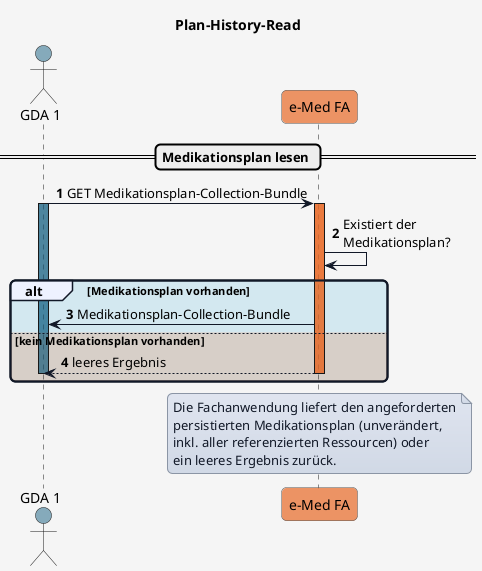
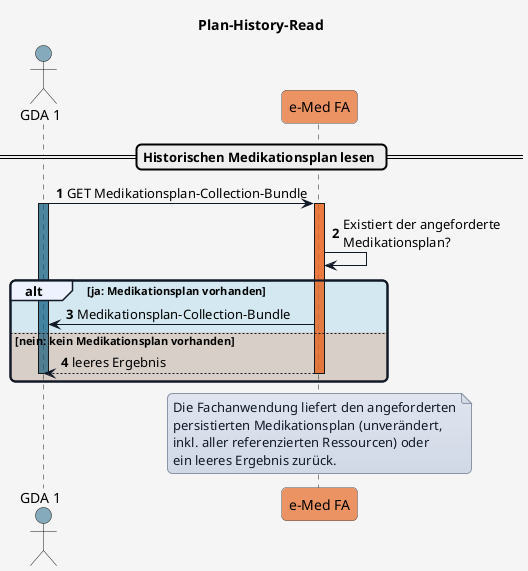
@startuml
title Plan-History-Read

'skinparam actorStyle awesome

skinparam borderColor #000000
skinparam backgroundColor #f5f5f5
skinparam shadowing false
skinparam roundCorner 10
skinparam defaultFontName "Arial"
'skinparam defaultFontSize 14
skinparam defaultFontColor #000000
skinparam HyperlinkColor #0000EE
skinparam HyperlinkUnderline false
skinparam BoxPadding 20
skinparam BoxBorderColor #555555

skinparam note {
  BackgroundColor #e0e5f0-#d1d9e6
  BorderColor #8b95a5
  BorderThickness 1
  RoundCorner 0
  Padding 6
  FontColor #111827
  Shadowing false
}

skinparam sequence {
  ParticipantBorderColor #555555
  ParticipantBackgroundColor #ffffff
  ParticipantFontColor #000000
  ParticipantFontSize 14
  ParticipantPadding 20
  ArrowColor #111827
  ArrowThickness 1
  ArrowFontColor #000000
  ArrowFontSize 13
  GroupBorderColor #111827
  GroupBackgroundColor #eef2ff
  GroupBorderThickness 2
}

!define COLOR_GDA_1    #15608280
!define COLOR_GDA_2    #96607D80
!define COLOR_PATIENT  #196B2480
!define COLOR_APO      #0F9ED590
!define COLOR_EMED_FA  #e97232bd
!define COLOR_E_REZEPT #cd3732a9

!define COLOR_OK       #0F9ED525
!define COLOR_ERROR    #E9713235


actor GDA_1 as "GDA 1" COLOR_GDA_1
participant eMed_FA as "e-Med FA" COLOR_EMED_FA


autonumber

- == Medikationsplan lesen ==
+ == Historischen Medikationsplan lesen ==

GDA_1 -> eMed_FA: GET Medikationsplan-Collection-Bundle
activate GDA_1 COLOR_GDA_1

activate eMed_FA COLOR_EMED_FA
- eMed_FA -> eMed_FA: Existiert der\nMedikationsplan?
+ eMed_FA -> eMed_FA: Existiert der angeforderte\nMedikationsplan?

- alt COLOR_OK Medikationsplan vorhanden
+ alt COLOR_OK ja: Medikationsplan vorhanden
  eMed_FA -> GDA_1: Medikationsplan-Collection-Bundle
- else COLOR_ERROR kein Medikationsplan vorhanden
+ else COLOR_ERROR nein: kein Medikationsplan vorhanden
  eMed_FA --> GDA_1: leeres Ergebnis
  deactivate GDA_1
  deactivate eMed_FA
end

note over eMed_FA
Die Fachanwendung liefert den angeforderten
persistierten Medikationsplan (unverändert,
inkl. aller referenzierten Ressourcen) oder
ein leeres Ergebnis zurück.
end note


@enduml